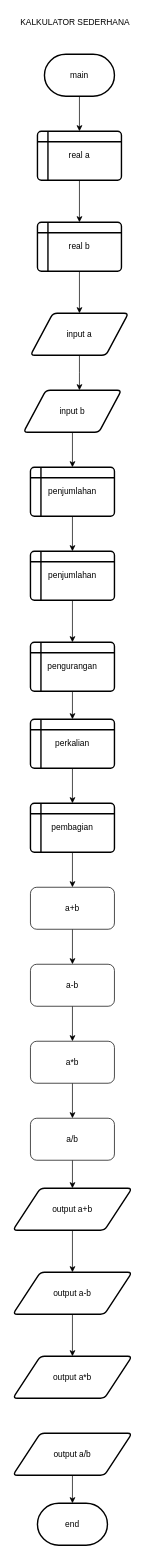
hanrizki/DDP-MI-23 keeps this draw.io diagram as 02 Masukan dan Keluaran/farhan_flowchart_3.drawio. Above is the earlier version. Source tidied: cells renumbered, new cells numbered last; positions are measured from the earlier drawing's top-left corner, leaving out a move shared by most shapes. Both pictures are drawn from the tidied source at 70%, with x=0, y=0 at pixel (13, 12).
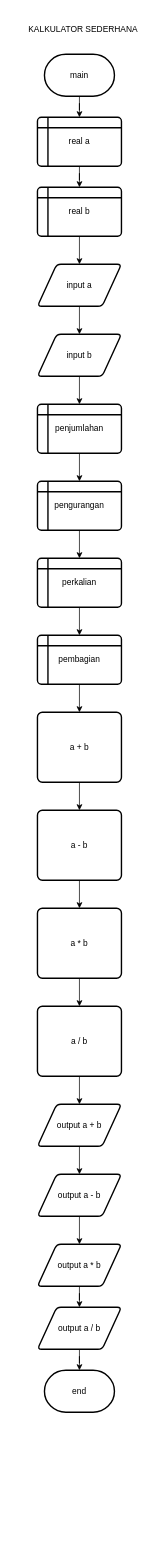
After the change.

The change refers to these unchanged cells:
```xml
<mxCell id="3" value="main" style="strokeWidth=2;html=1;shape=mxgraph.flowchart.terminator;whiteSpace=wrap;" parent="1" vertex="1">
  <mxGeometry x="45" y="60" width="100" height="60" as="geometry" />
</mxCell>
```

Change to the diagram source:
```diff
@@
-    <mxCell id="2" style="edgeStyle=orthogonalEdgeStyle;rounded=0;jettySize=auto;html=1;entryX=0.5;entryY=0;entryDx=0;entryDy=0;" parent="1" edge="1" source="3" target="6">
+    <mxCell id="2" style="edgeStyle=orthogonalEdgeStyle;rounded=0;jettySize=auto;html=1;" parent="1" edge="1" source="3" target="6">
       <mxGeometry relative="1" as="geometry" />
     </mxCell>
@@
-    <mxCell id="4" value="KALKULATOR SEDERHANA" style="text;html=1;strokeColor=none;fillColor=none;align=center;verticalAlign=middle;whiteSpace=wrap;rounded=0;" parent="1" vertex="1">
-      <mxGeometry x="6" width="166" height="30" as="geometry" />
+    <mxCell id="4" value="KALKULATOR SEDERHANA" style="text;html=1;align=center;verticalAlign=middle;strokeColor=none;fillColor=none;" parent="1" vertex="1">
+      <mxGeometry x="10" y="10" width="180" height="30" as="geometry" />
     </mxCell>
-    <mxCell id="5" style="edgeStyle=orthogonalEdgeStyle;rounded=0;jettySize=auto;html=1;entryX=0.5;entryY=0;entryDx=0;entryDy=0;" parent="1" edge="1" source="6" target="8">
+    <mxCell id="5" style="edgeStyle=orthogonalEdgeStyle;rounded=0;jettySize=auto;html=1;" parent="1" edge="1" source="6" target="8">
       <mxGeometry relative="1" as="geometry" />
     </mxCell>
     <mxCell id="6" value="real a" style="shape=internalStorage;whiteSpace=wrap;html=1;dx=15;dy=15;rounded=1;arcSize=8;strokeWidth=2;" parent="1" vertex="1">
-      <mxGeometry x="35" y="170" width="120" height="70" as="geometry" />
+      <mxGeometry x="35" y="150" width="120" height="70" as="geometry" />
     </mxCell>
-    <mxCell id="7" style="edgeStyle=orthogonalEdgeStyle;rounded=0;jettySize=auto;html=1;entryX=0.5;entryY=0;entryDx=0;entryDy=0;" parent="1" edge="1" source="8" target="10">
+    <mxCell id="7" style="edgeStyle=orthogonalEdgeStyle;rounded=0;jettySize=auto;html=1;" parent="1" edge="1" source="8" target="10">
       <mxGeometry relative="1" as="geometry" />
     </mxCell>
     <mxCell id="8" value="real b" style="shape=internalStorage;whiteSpace=wrap;html=1;dx=15;dy=15;rounded=1;arcSize=8;strokeWidth=2;" parent="1" vertex="1">
-      <mxGeometry x="35" y="300" width="120" height="70" as="geometry" />
+      <mxGeometry x="35" y="250" width="120" height="70" as="geometry" />
     </mxCell>
-    <mxCell id="9" style="edgeStyle=orthogonalEdgeStyle;rounded=0;jettySize=auto;html=1;" parent="1" edge="1" source="10">
-      <mxGeometry relative="1" as="geometry">
-        <mxPoint x="95" y="540" as="targetPoint" />
-      </mxGeometry>
-    </mxCell>
+    <mxCell id="39" style="edgeStyle=orthogonalEdgeStyle;rounded=0;jettySize=auto;html=1;" parent="1" edge="1" source="10" target="12">
+      <mxGeometry relative="1" as="geometry" />
+    </mxCell>
     <mxCell id="10" value="input a" style="shape=parallelogram;html=1;strokeWidth=2;perimeter=parallelogramPerimeter;whiteSpace=wrap;rounded=1;arcSize=12;size=0.23;" parent="1" vertex="1">
-      <mxGeometry x="25" y="430" width="140" height="60" as="geometry" />
+      <mxGeometry x="35" y="360" width="120" height="60" as="geometry" />
     </mxCell>
-    <mxCell id="11" style="edgeStyle=orthogonalEdgeStyle;rounded=0;jettySize=auto;html=1;entryX=0.5;entryY=0;entryDx=0;entryDy=0;" parent="1" edge="1" source="12" target="14">
-      <mxGeometry relative="1" as="geometry" />
-    </mxCell>
+    <mxCell id="40" style="edgeStyle=orthogonalEdgeStyle;rounded=0;jettySize=auto;html=1;" parent="1" edge="1" source="12" target="42">
+      <mxGeometry relative="1" as="geometry" />
+    </mxCell>
     <mxCell id="12" value="input b" style="shape=parallelogram;html=1;strokeWidth=2;perimeter=parallelogramPerimeter;whiteSpace=wrap;rounded=1;arcSize=12;size=0.23;" parent="1" vertex="1">
-      <mxGeometry x="15" y="540" width="140" height="60" as="geometry" />
+      <mxGeometry x="35" y="460" width="120" height="60" as="geometry" />
     </mxCell>
-    <mxCell id="13" style="edgeStyle=orthogonalEdgeStyle;rounded=0;jettySize=auto;html=1;entryX=0.5;entryY=0;entryDx=0;entryDy=0;" parent="1" edge="1" source="14" target="16">
-      <mxGeometry relative="1" as="geometry" />
-    </mxCell>
-    <mxCell id="14" value="penjumlahan" style="shape=internalStorage;whiteSpace=wrap;html=1;dx=15;dy=15;rounded=1;arcSize=8;strokeWidth=2;" parent="1" vertex="1">
-      <mxGeometry x="25" y="650" width="120" height="70" as="geometry" />
-    </mxCell>
-    <mxCell id="15" style="edgeStyle=orthogonalEdgeStyle;rounded=0;jettySize=auto;html=1;entryX=0.5;entryY=0;entryDx=0;entryDy=0;" parent="1" edge="1" source="16" target="18">
-      <mxGeometry relative="1" as="geometry" />
-    </mxCell>
-    <mxCell id="16" value="penjumlahan" style="shape=internalStorage;whiteSpace=wrap;html=1;dx=15;dy=15;rounded=1;arcSize=8;strokeWidth=2;" parent="1" vertex="1">
-      <mxGeometry x="25" y="770" width="120" height="70" as="geometry" />
-    </mxCell>
+    <mxCell id="41" style="edgeStyle=orthogonalEdgeStyle;rounded=0;jettySize=auto;html=1;" parent="1" edge="1" source="42" target="18">
+      <mxGeometry relative="1" as="geometry" />
+    </mxCell>
+    <mxCell id="42" value="penjumlahan" style="shape=internalStorage;whiteSpace=wrap;html=1;dx=15;dy=15;rounded=1;arcSize=8;strokeWidth=2;" parent="1" vertex="1">
+      <mxGeometry x="35" y="560" width="120" height="70" as="geometry" />
+    </mxCell>
@@
     <mxCell id="18" value="pengurangan" style="shape=internalStorage;whiteSpace=wrap;html=1;dx=15;dy=15;rounded=1;arcSize=8;strokeWidth=2;" parent="1" vertex="1">
-      <mxGeometry x="25" y="900" width="120" height="70" as="geometry" />
+      <mxGeometry x="35" y="670" width="120" height="70" as="geometry" />
     </mxCell>
@@
     <mxCell id="20" value="perkalian" style="shape=internalStorage;whiteSpace=wrap;html=1;dx=15;dy=15;rounded=1;arcSize=8;strokeWidth=2;" parent="1" vertex="1">
-      <mxGeometry x="25" y="1010" width="120" height="70" as="geometry" />
+      <mxGeometry x="35" y="780" width="120" height="70" as="geometry" />
     </mxCell>
-    <mxCell id="21" style="edgeStyle=orthogonalEdgeStyle;rounded=0;jettySize=auto;html=1;" parent="1" edge="1" source="22" target="24">
-      <mxGeometry relative="1" as="geometry" />
-    </mxCell>
+    <mxCell id="43" style="edgeStyle=orthogonalEdgeStyle;rounded=0;jettySize=auto;html=1;" parent="1" edge="1" source="22" target="45">
+      <mxGeometry relative="1" as="geometry" />
+    </mxCell>
     <mxCell id="22" value="pembagian" style="shape=internalStorage;whiteSpace=wrap;html=1;dx=15;dy=15;rounded=1;arcSize=8;strokeWidth=2;" parent="1" vertex="1">
-      <mxGeometry x="25" y="1130" width="120" height="70" as="geometry" />
+      <mxGeometry x="35" y="890" width="120" height="70" as="geometry" />
     </mxCell>
-    <mxCell id="23" style="edgeStyle=orthogonalEdgeStyle;rounded=0;jettySize=auto;html=1;" parent="1" edge="1" source="24" target="26">
-      <mxGeometry relative="1" as="geometry" />
-    </mxCell>
-    <mxCell id="24" value="a+b" style="rounded=1;whiteSpace=wrap;html=1;fontStyle=0;" parent="1" vertex="1">
-      <mxGeometry x="25" y="1250" width="120" height="60" as="geometry" />
-    </mxCell>
-    <mxCell id="25" style="edgeStyle=orthogonalEdgeStyle;rounded=0;jettySize=auto;html=1;" parent="1" edge="1" source="26" target="28">
-      <mxGeometry relative="1" as="geometry" />
-    </mxCell>
-    <mxCell id="26" value="a-b" style="rounded=1;whiteSpace=wrap;html=1;fontStyle=0;" parent="1" vertex="1">
-      <mxGeometry x="25" y="1360" width="120" height="60" as="geometry" />
-    </mxCell>
-    <mxCell id="27" style="edgeStyle=orthogonalEdgeStyle;rounded=0;jettySize=auto;html=1;" parent="1" edge="1" source="28" target="30">
-      <mxGeometry relative="1" as="geometry" />
-    </mxCell>
-    <mxCell id="28" value="a*b" style="rounded=1;whiteSpace=wrap;html=1;fontStyle=0;" parent="1" vertex="1">
-      <mxGeometry x="25" y="1470" width="120" height="60" as="geometry" />
-    </mxCell>
-    <mxCell id="29" style="edgeStyle=orthogonalEdgeStyle;rounded=0;jettySize=auto;html=1;entryX=0.5;entryY=0;entryDx=0;entryDy=0;" parent="1" edge="1" source="30" target="32">
-      <mxGeometry relative="1" as="geometry" />
-    </mxCell>
-    <mxCell id="30" value="a/b" style="rounded=1;whiteSpace=wrap;html=1;fontStyle=0;" parent="1" vertex="1">
-      <mxGeometry x="25" y="1580" width="120" height="60" as="geometry" />
-    </mxCell>
-    <mxCell id="31" style="edgeStyle=orthogonalEdgeStyle;rounded=0;jettySize=auto;html=1;" parent="1" edge="1" source="32" target="37">
-      <mxGeometry relative="1" as="geometry" />
-    </mxCell>
-    <mxCell id="32" value="output a+b" style="shape=parallelogram;html=1;strokeWidth=2;perimeter=parallelogramPerimeter;whiteSpace=wrap;rounded=1;arcSize=12;size=0.23;" parent="1" vertex="1">
-      <mxGeometry y="1680" width="170" height="60" as="geometry" />
-    </mxCell>
-    <mxCell id="33" style="edgeStyle=orthogonalEdgeStyle;rounded=0;jettySize=auto;html=1;" parent="1" edge="1" source="34" target="38">
-      <mxGeometry relative="1" as="geometry" />
-    </mxCell>
-    <mxCell id="34" value="output a/b" style="shape=parallelogram;html=1;strokeWidth=2;perimeter=parallelogramPerimeter;whiteSpace=wrap;rounded=1;arcSize=12;size=0.23;" parent="1" vertex="1">
-      <mxGeometry y="2030" width="170" height="60" as="geometry" />
-    </mxCell>
-    <mxCell id="35" value="output a*b" style="shape=parallelogram;html=1;strokeWidth=2;perimeter=parallelogramPerimeter;whiteSpace=wrap;rounded=1;arcSize=12;size=0.23;" parent="1" vertex="1">
-      <mxGeometry y="1920" width="170" height="60" as="geometry" />
-    </mxCell>
-    <mxCell id="36" style="edgeStyle=orthogonalEdgeStyle;rounded=0;jettySize=auto;html=1;" parent="1" edge="1" source="37" target="35">
-      <mxGeometry relative="1" as="geometry" />
-    </mxCell>
-    <mxCell id="37" value="output a-b" style="shape=parallelogram;html=1;strokeWidth=2;perimeter=parallelogramPerimeter;whiteSpace=wrap;rounded=1;arcSize=12;size=0.23;" parent="1" vertex="1">
-      <mxGeometry y="1800" width="170" height="60" as="geometry" />
-    </mxCell>
+    <mxCell id="44" style="edgeStyle=orthogonalEdgeStyle;rounded=0;jettySize=auto;html=1;" parent="1" edge="1" source="45" target="47">
+      <mxGeometry relative="1" as="geometry" />
+    </mxCell>
+    <mxCell id="45" value="a + b" style="rounded=1;whiteSpace=wrap;html=1;absoluteArcSize=1;arcSize=14;strokeWidth=2;" parent="1" vertex="1">
+      <mxGeometry x="35" y="1000" width="120" height="100" as="geometry" />
+    </mxCell>
+    <mxCell id="46" style="edgeStyle=orthogonalEdgeStyle;rounded=0;jettySize=auto;html=1;" parent="1" edge="1" source="47" target="49">
+      <mxGeometry relative="1" as="geometry" />
+    </mxCell>
+    <mxCell id="47" value="a - b" style="rounded=1;whiteSpace=wrap;html=1;absoluteArcSize=1;arcSize=14;strokeWidth=2;" parent="1" vertex="1">
+      <mxGeometry x="35" y="1140" width="120" height="100" as="geometry" />
+    </mxCell>
+    <mxCell id="48" style="edgeStyle=orthogonalEdgeStyle;rounded=0;jettySize=auto;html=1;" parent="1" edge="1" source="49" target="51">
+      <mxGeometry relative="1" as="geometry" />
+    </mxCell>
+    <mxCell id="49" value="a * b" style="rounded=1;whiteSpace=wrap;html=1;absoluteArcSize=1;arcSize=14;strokeWidth=2;" parent="1" vertex="1">
+      <mxGeometry x="35" y="1280" width="120" height="100" as="geometry" />
+    </mxCell>
+    <mxCell id="50" style="edgeStyle=orthogonalEdgeStyle;rounded=0;jettySize=auto;html=1;" parent="1" edge="1" source="51" target="53">
+      <mxGeometry relative="1" as="geometry" />
+    </mxCell>
+    <mxCell id="51" value="a / b" style="rounded=1;whiteSpace=wrap;html=1;absoluteArcSize=1;arcSize=14;strokeWidth=2;" parent="1" vertex="1">
+      <mxGeometry x="35" y="1420" width="120" height="100" as="geometry" />
+    </mxCell>
+    <mxCell id="52" style="edgeStyle=orthogonalEdgeStyle;rounded=0;jettySize=auto;html=1;" parent="1" edge="1" source="53" target="55">
+      <mxGeometry relative="1" as="geometry" />
+    </mxCell>
+    <mxCell id="53" value="output a + b" style="shape=parallelogram;html=1;strokeWidth=2;perimeter=parallelogramPerimeter;whiteSpace=wrap;rounded=1;arcSize=12;size=0.23;" parent="1" vertex="1">
+      <mxGeometry x="35" y="1560" width="120" height="60" as="geometry" />
+    </mxCell>
+    <mxCell id="54" style="edgeStyle=orthogonalEdgeStyle;rounded=0;jettySize=auto;html=1;" parent="1" edge="1" source="55" target="57">
+      <mxGeometry relative="1" as="geometry" />
+    </mxCell>
+    <mxCell id="55" value="output a - b" style="shape=parallelogram;html=1;strokeWidth=2;perimeter=parallelogramPerimeter;whiteSpace=wrap;rounded=1;arcSize=12;size=0.23;" parent="1" vertex="1">
+      <mxGeometry x="35" y="1660" width="120" height="60" as="geometry" />
+    </mxCell>
+    <mxCell id="56" style="edgeStyle=orthogonalEdgeStyle;rounded=0;jettySize=auto;html=1;" parent="1" edge="1" source="57" target="59">
+      <mxGeometry relative="1" as="geometry" />
+    </mxCell>
+    <mxCell id="57" value="output a * b" style="shape=parallelogram;html=1;strokeWidth=2;perimeter=parallelogramPerimeter;whiteSpace=wrap;rounded=1;arcSize=12;size=0.23;" parent="1" vertex="1">
+      <mxGeometry x="35" y="1760" width="120" height="60" as="geometry" />
+    </mxCell>
+    <mxCell id="58" style="edgeStyle=orthogonalEdgeStyle;rounded=0;jettySize=auto;html=1;" parent="1" edge="1" source="59" target="38">
+      <mxGeometry relative="1" as="geometry" />
+    </mxCell>
+    <mxCell id="59" value="output a / b" style="shape=parallelogram;html=1;strokeWidth=2;perimeter=parallelogramPerimeter;whiteSpace=wrap;rounded=1;arcSize=12;size=0.23;" parent="1" vertex="1">
+      <mxGeometry x="35" y="1850" width="120" height="60" as="geometry" />
+    </mxCell>
     <mxCell id="38" value="end" style="strokeWidth=2;html=1;shape=mxgraph.flowchart.terminator;whiteSpace=wrap;" parent="1" vertex="1">
-      <mxGeometry x="35" y="2130" width="100" height="60" as="geometry" />
+      <mxGeometry x="45" y="1940" width="100" height="60" as="geometry" />
     </mxCell>
```
